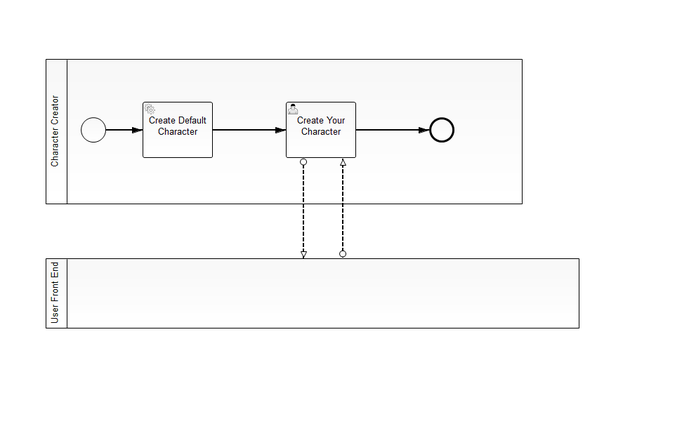
This is src/main/resources/createcharacter.png from NPDeehan/bpmn-quest, a BPMN export, as it was before one commit. Its source is kept beside it as src/main/resources/createcharacter.bpmn. Ids are renumbered.
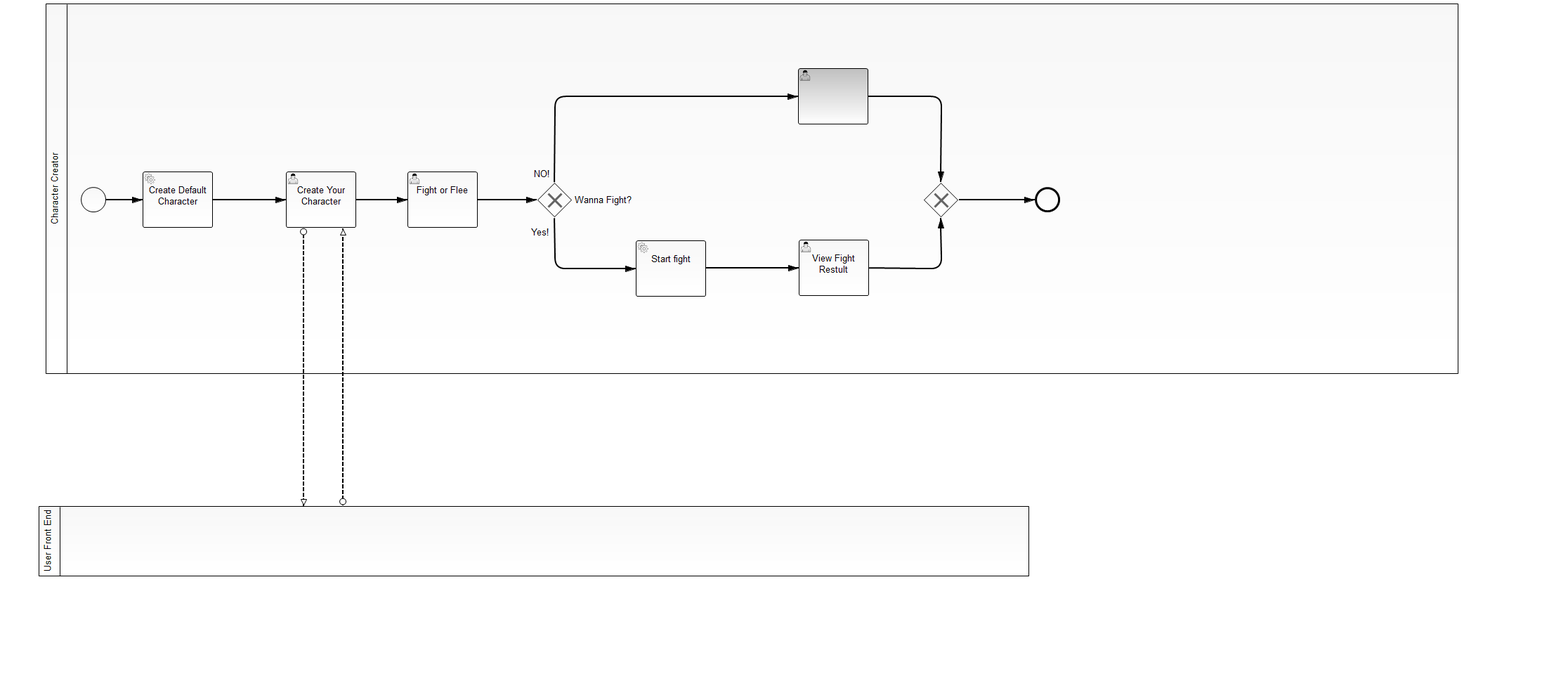
Above is the later version.

Commit message:
Character Name Change

Changed Character Name

Change to the diagram source:
```diff
@@ -1,17 +1,17 @@
-<bpmn2:definitions xmlns:bpmn2="http://www.omg.org/spec/BPMN/20100524/MODEL" xmlns:camunda="http://activiti.org/bpmn" xmlns:bpmndi="http://www.omg.org/spec/BPMN/20100524/DI" xmlns:di="http://www.omg.org/spec/DD/20100524/DI" xmlns:dc="http://www.omg.org/spec/DD/20100524/DC" xmlns:xsi="http://www.w3.org/2001/XMLSchema-instance" id="Definitions_1" targetNamespace="http://www.example.org/bpmn" exporter="camunda modeler" exporterVersion="2.7.0" xsi:schemaLocation="http://www.omg.org/spec/BPMN/20100524/MODEL BPMN20.xsd">
+<bpmn2:definitions xmlns:xsi="http://www.w3.org/2001/XMLSchema-instance" xmlns:bpmn2="http://www.omg.org/spec/BPMN/20100524/MODEL" xmlns:bpmndi="http://www.omg.org/spec/BPMN/20100524/DI" xmlns:camunda="http://activiti.org/bpmn" xmlns:dc="http://www.omg.org/spec/DD/20100524/DC" xmlns:di="http://www.omg.org/spec/DD/20100524/DI" xsi:schemaLocation="http://www.omg.org/spec/BPMN/20100524/MODEL BPMN20.xsd" id="Definitions_1" exporter="camunda modeler" exporterVersion="2.7.0" targetNamespace="http://www.example.org/bpmn">
   <bpmn2:collaboration id="Collaboration_1" name="Default Collaboration">
-    <bpmn2:participant id="createCharacter" name="Character Creator" processRef="CharacterCreator" />
-    <bpmn2:participant id="user-front-end" name="User Front End" />
-    <bpmn2:messageFlow id="MessageFlow_1" name="" sourceRef="UserTask_n1" targetRef="user-front-end" />
-    <bpmn2:messageFlow id="MessageFlow_3" name="" sourceRef="user-front-end" targetRef="UserTask_n1" />
+    <bpmn2:participant id="createCharacter" name="Character Creator" processRef="CharacterCreator"/>
+    <bpmn2:participant id="user-front-end" name="User Front End"/>
+    <bpmn2:messageFlow id="MessageFlow_1" name="" sourceRef="UserTask_n1" targetRef="user-front-end"/>
+    <bpmn2:messageFlow id="MessageFlow_3" name="" sourceRef="user-front-end" targetRef="UserTask_n1"/>
   </bpmn2:collaboration>
   <bpmn2:process id="CharacterCreator" name="CharacterCreator" isExecutable="true">
     <bpmn2:startEvent id="StartEvent_1">
       <bpmn2:outgoing>SequenceFlow_1</bpmn2:outgoing>
     </bpmn2:startEvent>
-    <bpmn2:sequenceFlow id="SequenceFlow_1" sourceRef="StartEvent_1" targetRef="ServiceTask_n2" />
-    <bpmn2:sequenceFlow id="SequenceFlow_n3" sourceRef="ServiceTask_n2" targetRef="UserTask_n1" />
-    <bpmn2:serviceTask id="ServiceTask_n2" name="Create Default Character" camunda:class="org.camunda.bpmn.quest.CharacterCreator.CreateCharacterDelegate">
+    <bpmn2:sequenceFlow id="SequenceFlow_1" sourceRef="StartEvent_1" targetRef="ServiceTask_n2"/>
+    <bpmn2:sequenceFlow id="SequenceFlow_n3" sourceRef="ServiceTask_n2" targetRef="UserTask_n1"/>
+    <bpmn2:serviceTask id="ServiceTask_n2" camunda:class="org.camunda.bpmn.quest.CharacterCreator.CreateCharacterDelegate" name="Create Default Character">
       <bpmn2:incoming>SequenceFlow_1</bpmn2:incoming>
       <bpmn2:outgoing>SequenceFlow_n3</bpmn2:outgoing>
     </bpmn2:serviceTask>
@@ -19,7 +19,7 @@
       <bpmn2:incoming>SequenceFlow_n3</bpmn2:incoming>
       <bpmn2:outgoing>SequenceFlow_n4</bpmn2:outgoing>
     </bpmn2:userTask>
-    <bpmn2:sequenceFlow id="SequenceFlow_n4" sourceRef="UserTask_n1" targetRef="UserTask_n5" />
+    <bpmn2:sequenceFlow id="SequenceFlow_n4" sourceRef="UserTask_n1" targetRef="UserTask_n5"/>
     <bpmn2:userTask id="UserTask_n5" name="Fight or Flee">
       <bpmn2:incoming>SequenceFlow_n4</bpmn2:incoming>
       <bpmn2:outgoing>SequenceFlow_n6</bpmn2:outgoing>
@@ -29,18 +29,18 @@
       <bpmn2:outgoing>SequenceFlow_n8</bpmn2:outgoing>
       <bpmn2:outgoing>SequenceFlow_n9</bpmn2:outgoing>
     </bpmn2:exclusiveGateway>
-    <bpmn2:sequenceFlow id="SequenceFlow_n6" sourceRef="UserTask_n5" targetRef="ExclusiveGateway_n7" />
-    <bpmn2:sequenceFlow id="SequenceFlow_n8" name="NO!" sourceRef="ExclusiveGateway_n7" targetRef="UserTask_n10" />
-    <bpmn2:sequenceFlow id="SequenceFlow_n9" name="Yes!" sourceRef="ExclusiveGateway_n7" targetRef="ServiceTask_n11" />
+    <bpmn2:sequenceFlow id="SequenceFlow_n6" sourceRef="UserTask_n5" targetRef="ExclusiveGateway_n7"/>
+    <bpmn2:sequenceFlow id="SequenceFlow_n8" name="NO!" sourceRef="ExclusiveGateway_n7" targetRef="UserTask_n10"/>
+    <bpmn2:sequenceFlow id="SequenceFlow_n9" name="Yes!" sourceRef="ExclusiveGateway_n7" targetRef="ServiceTask_n11"/>
     <bpmn2:exclusiveGateway id="ExclusiveGateway_n12">
       <bpmn2:incoming>SequenceFlow_n13</bpmn2:incoming>
       <bpmn2:incoming>SequenceFlow_n14</bpmn2:incoming>
       <bpmn2:outgoing>SequenceFlow_n15</bpmn2:outgoing>
     </bpmn2:exclusiveGateway>
-    <bpmn2:sequenceFlow id="SequenceFlow_n14" sourceRef="UserTask_n10" targetRef="ExclusiveGateway_n12" />
-    <bpmn2:sequenceFlow id="SequenceFlow_n13" sourceRef="UserTask_n16" targetRef="ExclusiveGateway_n12" />
-    <bpmn2:sequenceFlow id="SequenceFlow_n17" sourceRef="ServiceTask_n11" targetRef="UserTask_n16" />
-    <bpmn2:userTask id="UserTask_n10">
+    <bpmn2:sequenceFlow id="SequenceFlow_n14" sourceRef="UserTask_n10" targetRef="ExclusiveGateway_n12"/>
+    <bpmn2:sequenceFlow id="SequenceFlow_n13" sourceRef="UserTask_n16" targetRef="ExclusiveGateway_n12"/>
+    <bpmn2:sequenceFlow id="SequenceFlow_n17" sourceRef="ServiceTask_n11" targetRef="UserTask_n16"/>
+    <bpmn2:userTask id="UserTask_n10" name="Hide">
       <bpmn2:incoming>SequenceFlow_n8</bpmn2:incoming>
       <bpmn2:outgoing>SequenceFlow_n14</bpmn2:outgoing>
     </bpmn2:userTask>
@@ -52,147 +52,147 @@
       <bpmn2:incoming>SequenceFlow_n17</bpmn2:incoming>
       <bpmn2:outgoing>SequenceFlow_n13</bpmn2:outgoing>
     </bpmn2:userTask>
-    <bpmn2:sequenceFlow id="SequenceFlow_n15" sourceRef="ExclusiveGateway_n12" targetRef="EndEvent_n18" />
+    <bpmn2:sequenceFlow id="SequenceFlow_n15" sourceRef="ExclusiveGateway_n12" targetRef="EndEvent_n18"/>
     <bpmn2:endEvent id="EndEvent_n18">
       <bpmn2:incoming>SequenceFlow_n15</bpmn2:incoming>
     </bpmn2:endEvent>
   </bpmn2:process>
-  <bpmndi:BPMNDiagram id="BPMNDiagram_1" di:name="Default Collaboration Diagram">
+  <bpmndi:BPMNDiagram id="BPMNDiagram_1" name="Default Collaboration Diagram">
     <bpmndi:BPMNPlane id="BPMNPlane_1" bpmnElement="Collaboration_1">
       <bpmndi:BPMNShape id="BPMNShape_1" bpmnElement="createCharacter" isHorizontal="true">
-        <dc:Bounds x="65" y="-94" width="2011" height="527" />
+        <dc:Bounds height="527.0" width="2011.0" x="65.0" y="0.0"/>
       </bpmndi:BPMNShape>
       <bpmndi:BPMNShape id="BPMNShape_StartEvent_1" bpmnElement="StartEvent_1">
-        <dc:Bounds x="115" y="167" width="36" height="36" />
+        <dc:Bounds height="36.0" width="36.0" x="115.0" y="261.0"/>
         <bpmndi:BPMNLabel>
-          <dc:Bounds x="136" y="205" width="0" height="0" />
+          <dc:Bounds height="0.0" width="0.0" x="136.0" y="299.0"/>
         </bpmndi:BPMNLabel>
       </bpmndi:BPMNShape>
       <bpmndi:BPMNEdge id="BPMNEdge_SequenceFlow_1" bpmnElement="SequenceFlow_1" sourceElement="BPMNShape_StartEvent_1">
-        <di:waypoint xsi:type="dc:Point" x="151" y="185" />
-        <di:waypoint xsi:type="dc:Point" x="203" y="185" />
+        <di:waypoint xsi:type="dc:Point" x="151.0" y="279.0"/>
+        <di:waypoint xsi:type="dc:Point" x="203.0" y="279.0"/>
         <bpmndi:BPMNLabel>
-          <dc:Bounds x="176" y="185" width="0" height="0" />
+          <dc:Bounds height="0.0" width="0.0" x="176.0" y="279.0"/>
         </bpmndi:BPMNLabel>
       </bpmndi:BPMNEdge>
       <bpmndi:BPMNShape id="_BPMNShape_Participant_2" bpmnElement="user-front-end" isHorizontal="true">
-        <dc:Bounds x="55" y="621" width="1410" height="100" />
+        <dc:Bounds height="100.0" width="1410.0" x="55.0" y="715.0"/>
       </bpmndi:BPMNShape>
       <bpmndi:BPMNEdge id="BPMNEdge_MessageFlow_1" bpmnElement="MessageFlow_1" targetElement="_BPMNShape_Participant_2">
-        <di:waypoint xsi:type="dc:Point" x="432" y="225" />
-        <di:waypoint xsi:type="dc:Point" x="432" y="621" />
+        <di:waypoint xsi:type="dc:Point" x="432.0" y="319.0"/>
+        <di:waypoint xsi:type="dc:Point" x="432.0" y="715.0"/>
         <bpmndi:BPMNLabel>
-          <dc:Bounds x="434" y="259" width="90" height="6" />
+          <dc:Bounds height="6.0" width="90.0" x="434.0" y="353.0"/>
         </bpmndi:BPMNLabel>
       </bpmndi:BPMNEdge>
       <bpmndi:BPMNEdge id="BPMNEdge_MessageFlow_3" bpmnElement="MessageFlow_3" sourceElement="_BPMNShape_Participant_2">
-        <di:waypoint xsi:type="dc:Point" x="488" y="620" />
-        <di:waypoint xsi:type="dc:Point" x="488" y="225" />
+        <di:waypoint xsi:type="dc:Point" x="488.0" y="714.0"/>
+        <di:waypoint xsi:type="dc:Point" x="488.0" y="319.0"/>
         <bpmndi:BPMNLabel>
-          <dc:Bounds x="446" y="283" width="90" height="20" />
+          <dc:Bounds height="20.0" width="90.0" x="446.0" y="377.0"/>
         </bpmndi:BPMNLabel>
       </bpmndi:BPMNEdge>
       <bpmndi:BPMNEdge id="SequenceFlow_n3_di" bpmnElement="SequenceFlow_n3">
-        <di:waypoint xsi:type="dc:Point" x="303" y="185" />
-        <di:waypoint xsi:type="dc:Point" x="407" y="185" />
+        <di:waypoint xsi:type="dc:Point" x="303.0" y="279.0"/>
+        <di:waypoint xsi:type="dc:Point" x="407.0" y="279.0"/>
         <bpmndi:BPMNLabel>
-          <dc:Bounds x="280" y="175" width="90" height="20" />
+          <dc:Bounds height="20.0" width="90.0" x="280.0" y="269.0"/>
         </bpmndi:BPMNLabel>
       </bpmndi:BPMNEdge>
       <bpmndi:BPMNShape id="UserTask_n1_di" bpmnElement="UserTask_n1">
-        <dc:Bounds x="407" y="145" width="100" height="80" />
+        <dc:Bounds height="80.0" width="100.0" x="407.0" y="239.0"/>
       </bpmndi:BPMNShape>
       <bpmndi:BPMNShape id="ServiceTask_n2_di" bpmnElement="ServiceTask_n2">
-        <dc:Bounds x="203" y="145" width="100" height="80" />
+        <dc:Bounds height="80.0" width="100.0" x="203.0" y="239.0"/>
       </bpmndi:BPMNShape>
       <bpmndi:BPMNEdge id="SequenceFlow_n4_di" bpmnElement="SequenceFlow_n4">
-        <di:waypoint xsi:type="dc:Point" x="507" y="185" />
-        <di:waypoint xsi:type="dc:Point" x="581" y="185" />
+        <di:waypoint xsi:type="dc:Point" x="507.0" y="279.0"/>
+        <di:waypoint xsi:type="dc:Point" x="581.0" y="279.0"/>
         <bpmndi:BPMNLabel>
-          <dc:Bounds x="499" y="175" width="90" height="20" />
+          <dc:Bounds height="20.0" width="90.0" x="499.0" y="269.0"/>
         </bpmndi:BPMNLabel>
       </bpmndi:BPMNEdge>
       <bpmndi:BPMNShape id="UserTask_n5_di" bpmnElement="UserTask_n5">
-        <dc:Bounds x="580.9400299850075" y="145" width="100" height="80" />
+        <dc:Bounds height="80.0" width="100.0" x="580.94" y="239.0"/>
       </bpmndi:BPMNShape>
       <bpmndi:BPMNShape id="ExclusiveGateway_n7_di" bpmnElement="ExclusiveGateway_n7" isMarkerVisible="true">
-        <dc:Bounds x="764.9400299850075" y="160" width="50" height="50" />
+        <dc:Bounds height="50.0" width="50.0" x="764.94" y="254.0"/>
         <bpmndi:BPMNLabel>
-          <dc:Bounds x="814.9400299850075" y="175" width="90" height="20" />
+          <dc:Bounds height="20.0" width="90.0" x="814.94" y="269.0"/>
         </bpmndi:BPMNLabel>
       </bpmndi:BPMNShape>
       <bpmndi:BPMNEdge id="SequenceFlow_n6_di" bpmnElement="SequenceFlow_n6">
-        <di:waypoint xsi:type="dc:Point" x="681" y="185" />
-        <di:waypoint xsi:type="dc:Point" x="765" y="185" />
+        <di:waypoint xsi:type="dc:Point" x="681.0" y="279.0"/>
+        <di:waypoint xsi:type="dc:Point" x="765.0" y="279.0"/>
         <bpmndi:BPMNLabel>
-          <dc:Bounds x="678" y="175" width="90" height="20" />
+          <dc:Bounds height="20.0" width="90.0" x="678.0" y="269.0"/>
         </bpmndi:BPMNLabel>
       </bpmndi:BPMNEdge>
       <bpmndi:BPMNEdge id="SequenceFlow_n8_di" bpmnElement="SequenceFlow_n8">
-        <di:waypoint xsi:type="dc:Point" x="790" y="160" />
-        <di:waypoint xsi:type="dc:Point" x="790" y="38" />
-        <di:waypoint xsi:type="dc:Point" x="1137" y="38" />
+        <di:waypoint xsi:type="dc:Point" x="790.0" y="254.0"/>
+        <di:waypoint xsi:type="dc:Point" x="790.0" y="132.0"/>
+        <di:waypoint xsi:type="dc:Point" x="1137.0" y="132.0"/>
         <bpmndi:BPMNLabel>
-          <dc:Bounds x="727" y="138" width="90" height="20" />
+          <dc:Bounds height="20.0" width="90.0" x="727.0" y="232.0"/>
         </bpmndi:BPMNLabel>
       </bpmndi:BPMNEdge>
       <bpmndi:BPMNEdge id="SequenceFlow_n9_di" bpmnElement="SequenceFlow_n9">
-        <di:waypoint xsi:type="dc:Point" x="790" y="210" />
-        <di:waypoint xsi:type="dc:Point" x="790" y="283" />
-        <di:waypoint xsi:type="dc:Point" x="906" y="283" />
+        <di:waypoint xsi:type="dc:Point" x="790.0" y="304.0"/>
+        <di:waypoint xsi:type="dc:Point" x="790.0" y="377.0"/>
+        <di:waypoint xsi:type="dc:Point" x="906.0" y="377.0"/>
         <bpmndi:BPMNLabel>
-          <dc:Bounds x="724" y="221.5" width="90" height="20" />
+          <dc:Bounds height="20.0" width="90.0" x="724.0" y="315.5"/>
         </bpmndi:BPMNLabel>
       </bpmndi:BPMNEdge>
       <bpmndi:BPMNShape id="ExclusiveGateway_n12_di" bpmnElement="ExclusiveGateway_n12" isMarkerVisible="true">
-        <dc:Bounds x="1314.9400299850076" y="160" width="50" height="50" />
+        <dc:Bounds height="50.0" width="50.0" x="1314.9401" y="254.0"/>
         <bpmndi:BPMNLabel>
-          <dc:Bounds x="1294.9400299850076" y="210" width="90" height="20" />
+          <dc:Bounds height="20.0" width="90.0" x="1294.9401" y="304.0"/>
         </bpmndi:BPMNLabel>
       </bpmndi:BPMNShape>
       <bpmndi:BPMNEdge id="SequenceFlow_n13_di" bpmnElement="SequenceFlow_n13">
-        <di:waypoint xsi:type="dc:Point" x="1237" y="283" />
-        <di:waypoint xsi:type="dc:Point" x="1340" y="283" />
-        <di:waypoint xsi:type="dc:Point" x="1340" y="210" />
+        <di:waypoint xsi:type="dc:Point" x="1237.0" y="377.0"/>
+        <di:waypoint xsi:type="dc:Point" x="1340.0" y="377.0"/>
+        <di:waypoint xsi:type="dc:Point" x="1340.0" y="304.0"/>
         <bpmndi:BPMNLabel>
-          <dc:Bounds x="1243.5" y="273" width="90" height="20" />
+          <dc:Bounds height="20.0" width="90.0" x="1243.5" y="367.0"/>
         </bpmndi:BPMNLabel>
       </bpmndi:BPMNEdge>
       <bpmndi:BPMNEdge id="SequenceFlow_n14_di" bpmnElement="SequenceFlow_n14">
-        <di:waypoint xsi:type="dc:Point" x="1237" y="38" />
-        <di:waypoint xsi:type="dc:Point" x="1340" y="38" />
-        <di:waypoint xsi:type="dc:Point" x="1340" y="160" />
+        <di:waypoint xsi:type="dc:Point" x="1237.0" y="132.0"/>
+        <di:waypoint xsi:type="dc:Point" x="1340.0" y="132.0"/>
+        <di:waypoint xsi:type="dc:Point" x="1340.0" y="254.0"/>
         <bpmndi:BPMNLabel>
-          <dc:Bounds x="1243.5" y="28" width="90" height="20" />
+          <dc:Bounds height="20.0" width="90.0" x="1243.5" y="122.0"/>
         </bpmndi:BPMNLabel>
       </bpmndi:BPMNEdge>
       <bpmndi:BPMNShape id="EndEvent_n18_di" bpmnElement="EndEvent_n18">
-        <dc:Bounds x="1473.9400299850076" y="167" width="36" height="36" />
+        <dc:Bounds height="36.0" width="36.0" x="1473.9401" y="261.0"/>
         <bpmndi:BPMNLabel>
-          <dc:Bounds x="1446.9400299850076" y="203" width="90" height="20" />
+          <dc:Bounds height="20.0" width="90.0" x="1446.9401" y="297.0"/>
         </bpmndi:BPMNLabel>
       </bpmndi:BPMNShape>
       <bpmndi:BPMNEdge id="SequenceFlow_n17_di" bpmnElement="SequenceFlow_n17">
-        <di:waypoint xsi:type="dc:Point" x="1006" y="283" />
-        <di:waypoint xsi:type="dc:Point" x="1137" y="283" />
+        <di:waypoint xsi:type="dc:Point" x="1006.0" y="377.0"/>
+        <di:waypoint xsi:type="dc:Point" x="1137.0" y="377.0"/>
         <bpmndi:BPMNLabel>
-          <dc:Bounds x="1026.5" y="273" width="90" height="20" />
+          <dc:Bounds height="20.0" width="90.0" x="1026.5" y="367.0"/>
         </bpmndi:BPMNLabel>
       </bpmndi:BPMNEdge>
       <bpmndi:BPMNShape id="UserTask_n10_di" bpmnElement="UserTask_n10">
-        <dc:Bounds x="1136.9400299850076" y="-2.319340329835086" width="100" height="80" />
+        <dc:Bounds height="80.0" width="100.0" x="1136.9401" y="91.68066"/>
       </bpmndi:BPMNShape>
       <bpmndi:BPMNShape id="ServiceTask_n11_di" bpmnElement="ServiceTask_n11">
-        <dc:Bounds x="905.9400299850075" y="243" width="100" height="80" />
+        <dc:Bounds height="80.0" width="100.0" x="905.94" y="337.0"/>
       </bpmndi:BPMNShape>
       <bpmndi:BPMNShape id="UserTask_n16_di" bpmnElement="UserTask_n16">
-        <dc:Bounds x="1137" y="242.6806596701649" width="100" height="80" />
+        <dc:Bounds height="80.0" width="100.0" x="1137.0" y="336.68066"/>
       </bpmndi:BPMNShape>
       <bpmndi:BPMNEdge id="SequenceFlow_n15_di" bpmnElement="SequenceFlow_n15">
-        <di:waypoint xsi:type="dc:Point" x="1365" y="185" />
-        <di:waypoint xsi:type="dc:Point" x="1474" y="185" />
+        <di:waypoint xsi:type="dc:Point" x="1365.0" y="279.0"/>
+        <di:waypoint xsi:type="dc:Point" x="1474.0" y="279.0"/>
         <bpmndi:BPMNLabel>
-          <dc:Bounds x="1464.5" y="175" width="90" height="20" />
+          <dc:Bounds height="20.0" width="90.0" x="1464.5" y="269.0"/>
         </bpmndi:BPMNLabel>
       </bpmndi:BPMNEdge>
     </bpmndi:BPMNPlane>
```
